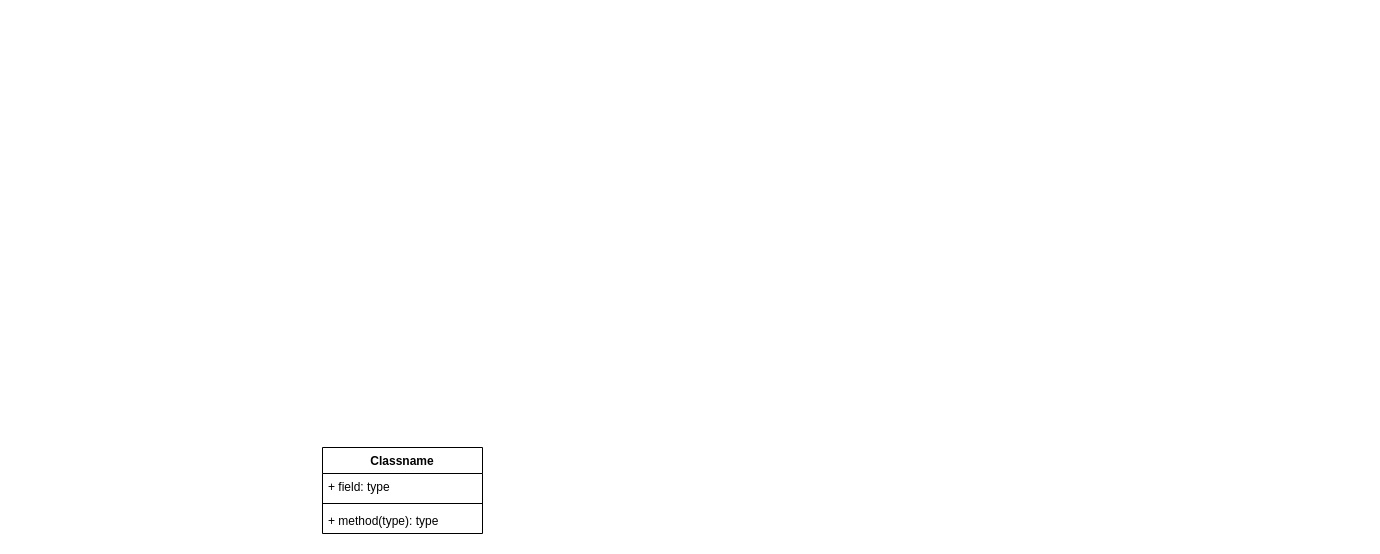
This is desing/DC_EcuaFauna2k24.drawio from venuzBG/SOEcuaFauna2k24A, a draw.io file, before an edit. Source tidied: cells renumbered, new cells numbered last; positions are measured from the earlier drawing's top-left corner, leaving out a move shared by most shapes. Both pictures are drawn from the tidied source at 100%, with x=0, y=0 at pixel (322, 447).
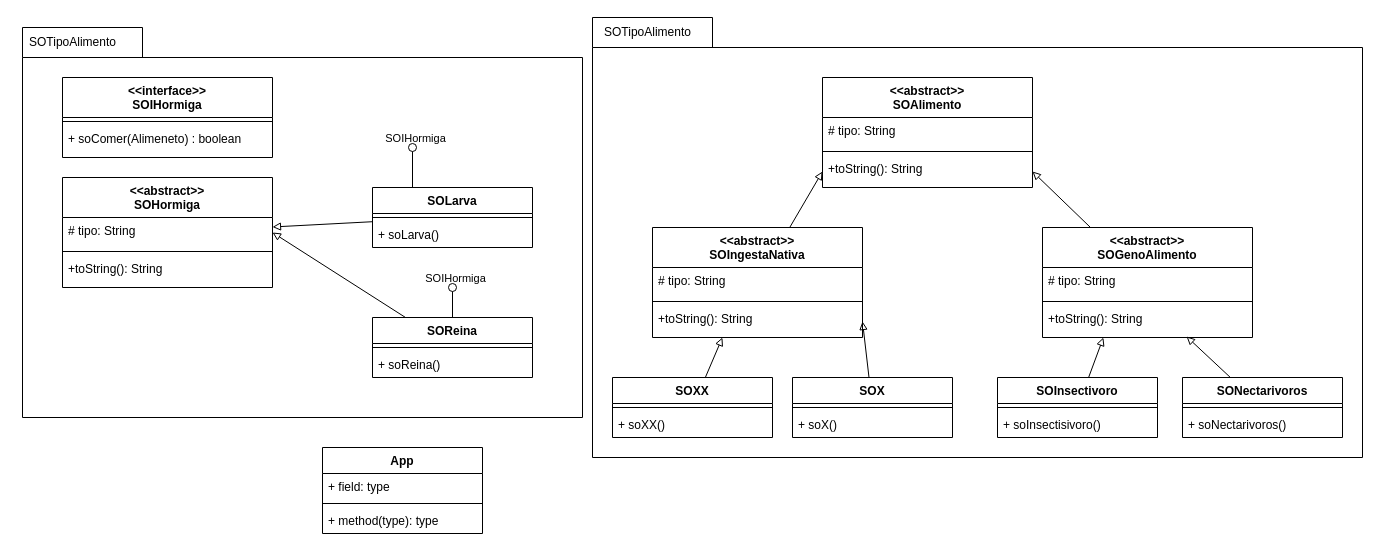
Above is the later version.

What changed in the source:
```diff
@@
+    <mxCell id="6" style="shape=folder;fontStyle=1;spacingTop=10;tabWidth=120;tabHeight=30;tabPosition=left;html=1;" parent="1" vertex="1">
+      <mxGeometry x="270" y="-430" width="770" height="440" as="geometry" />
+    </mxCell>
+    <mxCell id="7" style="shape=folder;fontStyle=1;spacingTop=10;tabWidth=120;tabHeight=30;tabPosition=left;html=1;" parent="1" vertex="1">
+      <mxGeometry x="-300" y="-420" width="560" height="390" as="geometry" />
+    </mxCell>
-    <mxCell id="2" value="Classname" style="swimlane;fontStyle=1;align=center;verticalAlign=top;horizontal=1;startSize=26;" parent="1" vertex="1">
+    <mxCell id="2" value="App" style="swimlane;fontStyle=1;align=center;verticalAlign=top;horizontal=1;startSize=26;" parent="1" vertex="1">
       <mxGeometry width="160" height="86" as="geometry" />
     </mxCell>
@@
+    <mxCell id="8" value="&lt;&lt;abstract&gt;&gt;&#10;SOHormiga" style="swimlane;fontStyle=1;align=center;verticalAlign=top;horizontal=1;startSize=40;" parent="1" vertex="1">
+      <mxGeometry x="-260" y="-270" width="210" height="110" as="geometry" />
+    </mxCell>
+    <mxCell id="9" value="# tipo: String" style="text;strokeColor=none;fillColor=none;align=left;verticalAlign=top;spacingLeft=4;spacingRight=4;overflow=hidden;points=[[0,0.5],[1,0.5]];portConstraint=eastwest;fontStyle=0;" parent="8" vertex="1">
+      <mxGeometry y="40" width="210" height="30" as="geometry" />
+    </mxCell>
+    <mxCell id="10" style="line;strokeWidth=1;fillColor=none;align=left;verticalAlign=middle;spacingTop=-1;spacingLeft=3;spacingRight=3;labelPosition=right;strokeColor=inherit;" parent="8" vertex="1">
+      <mxGeometry y="70" width="210" height="8" as="geometry" />
+    </mxCell>
+    <mxCell id="11" value="+toString(): String" style="text;strokeColor=none;fillColor=none;align=left;verticalAlign=top;spacingLeft=4;spacingRight=4;overflow=hidden;fontStyle=0;" parent="8" vertex="1">
+      <mxGeometry y="78" width="210" height="32" as="geometry" />
+    </mxCell>
+    <mxCell id="12" value="&lt;&lt;interface&gt;&gt;&#10;SOIHormiga" style="swimlane;fontStyle=1;align=center;verticalAlign=top;horizontal=1;startSize=40;" parent="1" vertex="1">
+      <mxGeometry x="-260" y="-370" width="210" height="80" as="geometry" />
+    </mxCell>
+    <mxCell id="13" style="line;strokeWidth=1;fillColor=none;align=left;verticalAlign=middle;spacingTop=-1;spacingLeft=3;spacingRight=3;labelPosition=right;strokeColor=inherit;" parent="12" vertex="1">
+      <mxGeometry y="40" width="210" height="8" as="geometry" />
+    </mxCell>
+    <mxCell id="14" value="+ soComer(Alimeneto) : boolean" style="text;strokeColor=none;fillColor=none;align=left;verticalAlign=top;spacingLeft=4;spacingRight=4;overflow=hidden;fontStyle=0;" parent="12" vertex="1">
+      <mxGeometry y="48" width="210" height="32" as="geometry" />
+    </mxCell>
+    <mxCell id="15" style="edgeStyle=none;html=1;endArrow=block;endFill=0;strokeWidth=1;jumpSize=12;startSize=6;" parent="1" edge="1" source="16" target="9">
+      <mxGeometry relative="1" as="geometry" />
+    </mxCell>
+    <mxCell id="16" value="SOLarva" style="swimlane;fontStyle=1;align=center;verticalAlign=top;horizontal=1;startSize=26;" parent="1" vertex="1">
+      <mxGeometry x="50" y="-260" width="160" height="60" as="geometry" />
+    </mxCell>
+    <mxCell id="17" style="line;strokeWidth=1;fillColor=none;align=left;verticalAlign=middle;spacingTop=-1;spacingLeft=3;spacingRight=3;labelPosition=right;strokeColor=inherit;" parent="16" vertex="1">
+      <mxGeometry y="26" width="160" height="8" as="geometry" />
+    </mxCell>
+    <mxCell id="18" value="+ soLarva()" style="text;strokeColor=none;fillColor=none;align=left;verticalAlign=top;spacingLeft=4;spacingRight=4;overflow=hidden;" parent="16" vertex="1">
+      <mxGeometry y="34" width="160" height="26" as="geometry" />
+    </mxCell>
+    <mxCell id="19" style="edgeStyle=none;jumpSize=12;html=1;entryX=1;entryY=0.5;entryDx=0;entryDy=0;strokeWidth=1;endArrow=block;endFill=0;startSize=6;" parent="1" edge="1" source="20" target="9">
+      <mxGeometry relative="1" as="geometry" />
+    </mxCell>
+    <mxCell id="20" value="SOReina" style="swimlane;fontStyle=1;align=center;verticalAlign=top;horizontal=1;startSize=26;" parent="1" vertex="1">
+      <mxGeometry x="50" y="-130" width="160" height="60" as="geometry" />
+    </mxCell>
+    <mxCell id="21" style="line;strokeWidth=1;fillColor=none;align=left;verticalAlign=middle;spacingTop=-1;spacingLeft=3;spacingRight=3;labelPosition=right;strokeColor=inherit;" parent="20" vertex="1">
+      <mxGeometry y="26" width="160" height="8" as="geometry" />
+    </mxCell>
+    <mxCell id="22" value="+ soReina()" style="text;strokeColor=none;fillColor=none;align=left;verticalAlign=top;spacingLeft=4;spacingRight=4;overflow=hidden;" parent="20" vertex="1">
+      <mxGeometry y="34" width="160" height="26" as="geometry" />
+    </mxCell>
+    <mxCell id="23" value="SOIHormiga" style="html=1;verticalAlign=bottom;labelBackgroundColor=none;startArrow=oval;startFill=0;startSize=8;endArrow=none;strokeWidth=1;jumpSize=12;entryX=0.25;entryY=0;entryDx=0;entryDy=0;" parent="1" edge="1" target="16">
+      <mxGeometry x="-1" y="3" relative="1" as="geometry">
+        <mxPoint x="90" y="-300" as="sourcePoint" />
+      </mxGeometry>
+    </mxCell>
+    <mxCell id="24" value="SOIHormiga" style="html=1;verticalAlign=bottom;labelBackgroundColor=none;startArrow=oval;startFill=0;startSize=8;endArrow=none;strokeWidth=1;jumpSize=12;entryX=0.5;entryY=0;entryDx=0;entryDy=0;" parent="1" edge="1" target="20">
+      <mxGeometry x="-1" y="3" relative="1" as="geometry">
+        <mxPoint x="130" y="-160" as="sourcePoint" />
+      </mxGeometry>
+    </mxCell>
+    <mxCell id="25" value="&lt;&lt;abstract&gt;&gt;&#10;SOAlimento" style="swimlane;fontStyle=1;align=center;verticalAlign=top;horizontal=1;startSize=40;" parent="1" vertex="1">
+      <mxGeometry x="500" y="-370" width="210" height="110" as="geometry" />
+    </mxCell>
+    <mxCell id="26" value="# tipo: String" style="text;strokeColor=none;fillColor=none;align=left;verticalAlign=top;spacingLeft=4;spacingRight=4;overflow=hidden;fontStyle=0;" parent="25" vertex="1">
+      <mxGeometry y="40" width="210" height="30" as="geometry" />
+    </mxCell>
+    <mxCell id="27" style="line;strokeWidth=1;fillColor=none;align=left;verticalAlign=middle;spacingTop=-1;spacingLeft=3;spacingRight=3;labelPosition=right;strokeColor=inherit;" parent="25" vertex="1">
+      <mxGeometry y="70" width="210" height="8" as="geometry" />
+    </mxCell>
+    <mxCell id="28" value="+toString(): String" style="text;strokeColor=none;fillColor=none;align=left;verticalAlign=top;spacingLeft=4;spacingRight=4;overflow=hidden;points=[[0,0.5],[1,0.5]];portConstraint=eastwest;fontStyle=0;" parent="25" vertex="1">
+      <mxGeometry y="78" width="210" height="32" as="geometry" />
+    </mxCell>
+    <mxCell id="29" style="edgeStyle=none;jumpSize=12;html=1;entryX=0;entryY=0.5;entryDx=0;entryDy=0;strokeWidth=1;endArrow=block;endFill=0;startSize=6;" parent="1" edge="1" source="30" target="28">
+      <mxGeometry relative="1" as="geometry" />
+    </mxCell>
+    <mxCell id="30" value="&lt;&lt;abstract&gt;&gt;&#10;SOIngestaNativa" style="swimlane;fontStyle=1;align=center;verticalAlign=top;horizontal=1;startSize=40;" parent="1" vertex="1">
+      <mxGeometry x="330" y="-220" width="210" height="110" as="geometry" />
+    </mxCell>
+    <mxCell id="31" value="# tipo: String" style="text;strokeColor=none;fillColor=none;align=left;verticalAlign=top;spacingLeft=4;spacingRight=4;overflow=hidden;fontStyle=0;" parent="30" vertex="1">
+      <mxGeometry y="40" width="210" height="30" as="geometry" />
+    </mxCell>
+    <mxCell id="32" style="line;strokeWidth=1;fillColor=none;align=left;verticalAlign=middle;spacingTop=-1;spacingLeft=3;spacingRight=3;labelPosition=right;strokeColor=inherit;" parent="30" vertex="1">
+      <mxGeometry y="70" width="210" height="8" as="geometry" />
+    </mxCell>
+    <mxCell id="33" value="+toString(): String" style="text;strokeColor=none;fillColor=none;align=left;verticalAlign=top;spacingLeft=4;spacingRight=4;overflow=hidden;points=[[0,0.5],[1,0.5]];portConstraint=eastwest;fontStyle=0;" parent="30" vertex="1">
+      <mxGeometry y="78" width="210" height="32" as="geometry" />
+    </mxCell>
+    <mxCell id="34" style="edgeStyle=none;jumpSize=12;html=1;entryX=1;entryY=0.5;entryDx=0;entryDy=0;strokeWidth=1;endArrow=block;endFill=0;startSize=6;" parent="1" edge="1" source="35" target="28">
+      <mxGeometry relative="1" as="geometry" />
+    </mxCell>
+    <mxCell id="35" value="&lt;&lt;abstract&gt;&gt;&#10;SOGenoAlimento" style="swimlane;fontStyle=1;align=center;verticalAlign=top;horizontal=1;startSize=40;" parent="1" vertex="1">
+      <mxGeometry x="720" y="-220" width="210" height="110" as="geometry" />
+    </mxCell>
+    <mxCell id="36" value="# tipo: String" style="text;strokeColor=none;fillColor=none;align=left;verticalAlign=top;spacingLeft=4;spacingRight=4;overflow=hidden;fontStyle=0;" parent="35" vertex="1">
+      <mxGeometry y="40" width="210" height="30" as="geometry" />
+    </mxCell>
+    <mxCell id="37" style="line;strokeWidth=1;fillColor=none;align=left;verticalAlign=middle;spacingTop=-1;spacingLeft=3;spacingRight=3;labelPosition=right;strokeColor=inherit;" parent="35" vertex="1">
+      <mxGeometry y="70" width="210" height="8" as="geometry" />
+    </mxCell>
+    <mxCell id="38" value="+toString(): String" style="text;strokeColor=none;fillColor=none;align=left;verticalAlign=top;spacingLeft=4;spacingRight=4;overflow=hidden;points=[[0,0.5],[1,0.5]];portConstraint=eastwest;fontStyle=0;" parent="35" vertex="1">
+      <mxGeometry y="78" width="210" height="32" as="geometry" />
+    </mxCell>
+    <mxCell id="39" style="edgeStyle=none;jumpSize=12;html=1;entryX=0.333;entryY=1;entryDx=0;entryDy=0;entryPerimeter=0;strokeWidth=1;endArrow=block;endFill=0;startSize=6;" parent="1" edge="1" source="40" target="33">
+      <mxGeometry relative="1" as="geometry" />
+    </mxCell>
+    <mxCell id="40" value="SOXX" style="swimlane;fontStyle=1;align=center;verticalAlign=top;horizontal=1;startSize=26;" parent="1" vertex="1">
+      <mxGeometry x="290" y="-70" width="160" height="60" as="geometry" />
+    </mxCell>
+    <mxCell id="41" style="line;strokeWidth=1;fillColor=none;align=left;verticalAlign=middle;spacingTop=-1;spacingLeft=3;spacingRight=3;labelPosition=right;strokeColor=inherit;" parent="40" vertex="1">
+      <mxGeometry y="26" width="160" height="8" as="geometry" />
+    </mxCell>
+    <mxCell id="42" value="+ soXX()" style="text;strokeColor=none;fillColor=none;align=left;verticalAlign=top;spacingLeft=4;spacingRight=4;overflow=hidden;" parent="40" vertex="1">
+      <mxGeometry y="34" width="160" height="26" as="geometry" />
+    </mxCell>
+    <mxCell id="43" style="edgeStyle=none;jumpSize=12;html=1;entryX=1;entryY=0.5;entryDx=0;entryDy=0;strokeWidth=1;endArrow=block;endFill=0;startSize=6;" parent="1" edge="1" source="44" target="33">
+      <mxGeometry relative="1" as="geometry" />
+    </mxCell>
+    <mxCell id="44" value="SOX" style="swimlane;fontStyle=1;align=center;verticalAlign=top;horizontal=1;startSize=26;" parent="1" vertex="1">
+      <mxGeometry x="470" y="-70" width="160" height="60" as="geometry" />
+    </mxCell>
+    <mxCell id="45" style="line;strokeWidth=1;fillColor=none;align=left;verticalAlign=middle;spacingTop=-1;spacingLeft=3;spacingRight=3;labelPosition=right;strokeColor=inherit;" parent="44" vertex="1">
+      <mxGeometry y="26" width="160" height="8" as="geometry" />
+    </mxCell>
+    <mxCell id="46" value="+ soX()" style="text;strokeColor=none;fillColor=none;align=left;verticalAlign=top;spacingLeft=4;spacingRight=4;overflow=hidden;" parent="44" vertex="1">
+      <mxGeometry y="34" width="160" height="26" as="geometry" />
+    </mxCell>
+    <mxCell id="47" style="edgeStyle=none;jumpSize=12;html=1;entryX=0.29;entryY=1;entryDx=0;entryDy=0;entryPerimeter=0;strokeWidth=1;endArrow=block;endFill=0;startSize=6;" parent="1" edge="1" source="48" target="38">
+      <mxGeometry relative="1" as="geometry" />
+    </mxCell>
+    <mxCell id="48" value="SOInsectivoro" style="swimlane;fontStyle=1;align=center;verticalAlign=top;horizontal=1;startSize=26;" parent="1" vertex="1">
+      <mxGeometry x="675" y="-70" width="160" height="60" as="geometry" />
+    </mxCell>
+    <mxCell id="49" style="line;strokeWidth=1;fillColor=none;align=left;verticalAlign=middle;spacingTop=-1;spacingLeft=3;spacingRight=3;labelPosition=right;strokeColor=inherit;" parent="48" vertex="1">
+      <mxGeometry y="26" width="160" height="8" as="geometry" />
+    </mxCell>
+    <mxCell id="50" value="+ soInsectisivoro()" style="text;strokeColor=none;fillColor=none;align=left;verticalAlign=top;spacingLeft=4;spacingRight=4;overflow=hidden;" parent="48" vertex="1">
+      <mxGeometry y="34" width="160" height="26" as="geometry" />
+    </mxCell>
+    <mxCell id="51" style="edgeStyle=none;jumpSize=12;html=1;entryX=0.686;entryY=0.969;entryDx=0;entryDy=0;entryPerimeter=0;strokeWidth=1;endArrow=block;endFill=0;startSize=6;" parent="1" edge="1" source="52" target="38">
+      <mxGeometry relative="1" as="geometry" />
+    </mxCell>
+    <mxCell id="52" value="SONectarivoros" style="swimlane;fontStyle=1;align=center;verticalAlign=top;horizontal=1;startSize=26;" parent="1" vertex="1">
+      <mxGeometry x="860" y="-70" width="160" height="60" as="geometry" />
+    </mxCell>
+    <mxCell id="53" style="line;strokeWidth=1;fillColor=none;align=left;verticalAlign=middle;spacingTop=-1;spacingLeft=3;spacingRight=3;labelPosition=right;strokeColor=inherit;" parent="52" vertex="1">
+      <mxGeometry y="26" width="160" height="8" as="geometry" />
+    </mxCell>
+    <mxCell id="54" value="+ soNectarivoros()" style="text;strokeColor=none;fillColor=none;align=left;verticalAlign=top;spacingLeft=4;spacingRight=4;overflow=hidden;" parent="52" vertex="1">
+      <mxGeometry y="34" width="160" height="26" as="geometry" />
+    </mxCell>
+    <mxCell id="55" value="SOTipoAlimento" style="text;html=1;align=center;verticalAlign=middle;strokeColor=none;fillColor=none;" parent="1" vertex="1">
+      <mxGeometry x="-305" y="-420" width="110" height="30" as="geometry" />
+    </mxCell>
+    <mxCell id="56" value="SOTipoAlimento" style="text;html=1;align=center;verticalAlign=middle;strokeColor=none;fillColor=none;" parent="1" vertex="1">
+      <mxGeometry x="270" y="-430" width="110" height="30" as="geometry" />
+    </mxCell>
```
